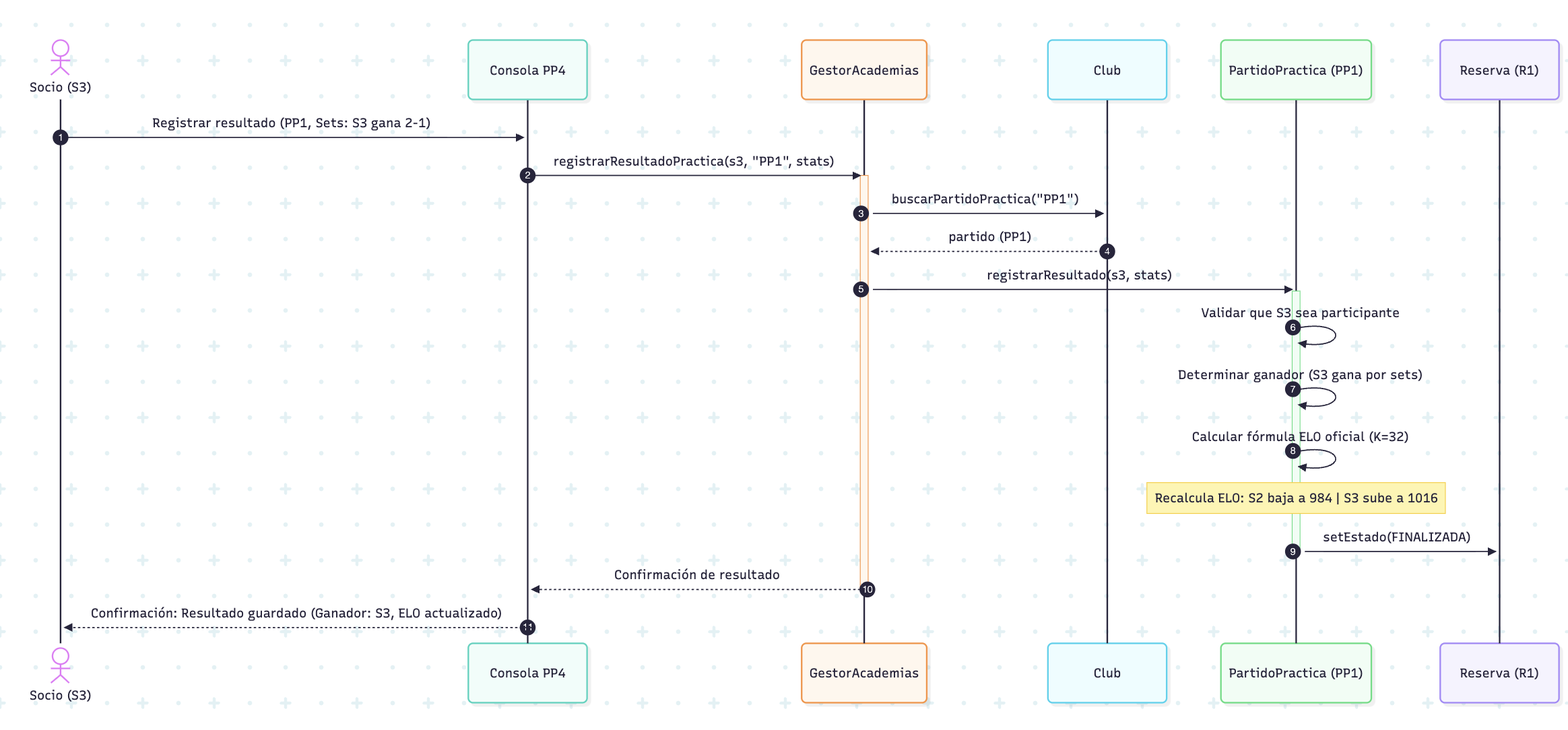
This is Proyecto 2/Entrega única/docs/diagramas/secuencias/imagenes/secuencia_partidos_elo.png from DPOO-Grupo1/Proyecto1, a Mermaid export, as it was before one commit. Its source is kept beside it as Proyecto 2/Entrega única/docs/diagramas/secuencias/formato_raiz/secuencia_partidos_elo.mmd. Source of this version:
```mermaid
sequenceDiagram
    autonumber
    actor Jugador as Socio (S3)
    participant Consola as MenuAcademiasSocio
    participant Gestor as GestorAcademias
    participant Club as Club
    participant Partido as PartidoPractica (PP1)
    participant Reserva as Reserva (R1)

    Jugador->>Consola: Registrar resultado (PP1, Sets: S3 gana 2-1)
    Consola->>Gestor: registrarResultadoPractica(s3, "PP1", stats)

    activate Gestor
    Gestor->>Club: buscarPartidoPractica("PP1")
    Club-->>Gestor: partido (PP1)

    Gestor->>Partido: registrarResultado(s3, stats)
    activate Partido
    Partido->>Partido: Validar que S3 sea participante
    Partido->>Partido: Determinar ganador por sets (pareja en dobles)
    Partido->>Partido: Calcular fórmula ELO oficial (K=32)
    Note over Partido: En sencillos usa ELO rival; en dobles usa promedio ELO de la pareja rival
    Partido->>Reserva: setEstado(FINALIZADA)
    deactivate Partido

    Gestor-->>Consola: Confirmación de resultado
    deactivate Gestor

    Consola-->>Jugador: Confirmación: Resultado guardado (Ganador: S3, ELO actualizado)
```
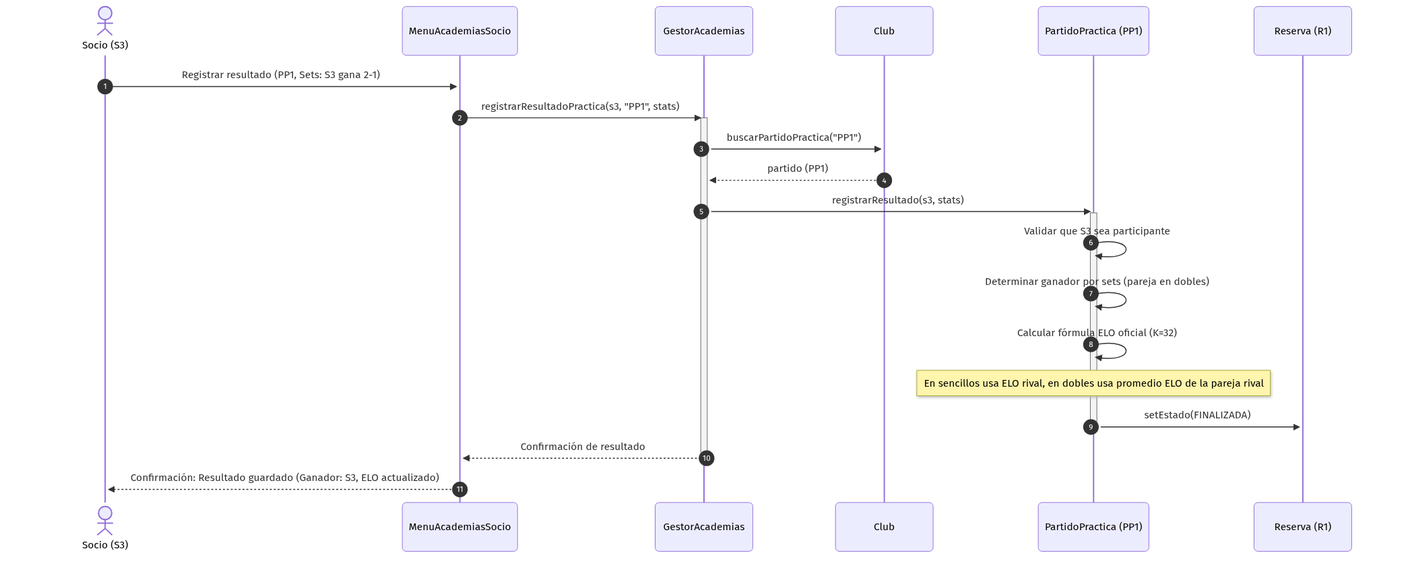
The same diagram one commit later.

Commit message:
reexportar imagenes de diagramas de secuencia

Change to the diagram source:
```diff
@@ -19,7 +19,7 @@
     Partido->>Partido: Validar que S3 sea participante
     Partido->>Partido: Determinar ganador por sets (pareja en dobles)
     Partido->>Partido: Calcular fórmula ELO oficial (K=32)
-    Note over Partido: En sencillos usa ELO rival; en dobles usa promedio ELO de la pareja rival
+    Note over Partido: En sencillos usa ELO rival, en dobles usa promedio ELO de la pareja rival
     Partido->>Reserva: setEstado(FINALIZADA)
     deactivate Partido
 
```
